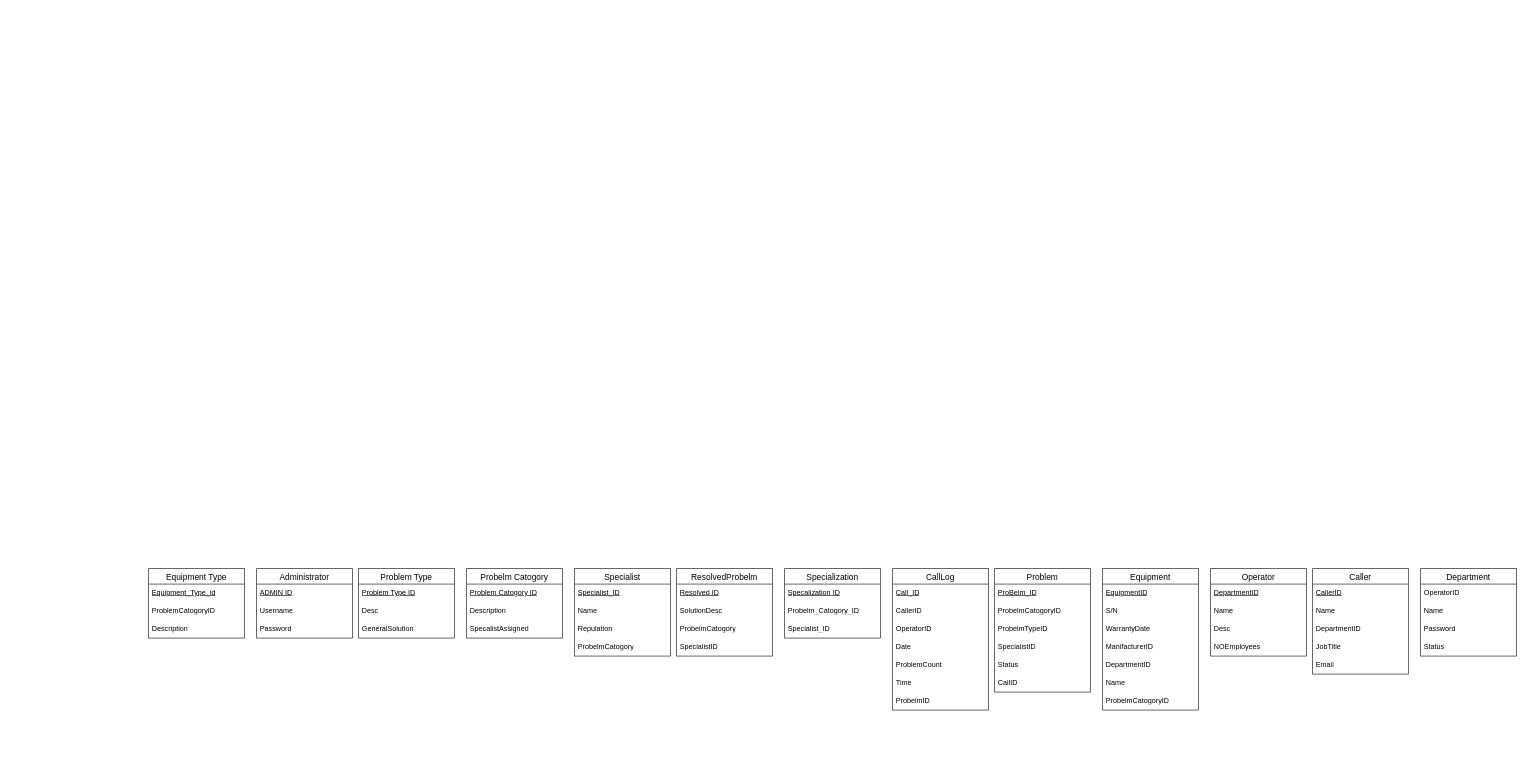
The draw.io diagram Equipamento.drawio in danymota1P/Diagrama, before the edit. Source tidied: cells renumbered, new cells numbered last; positions are measured from the earlier drawing's top-left corner, leaving out a move shared by most shapes. Both pictures are drawn from the tidied source at 60%, with x=0, y=0 at pixel (148, 568).
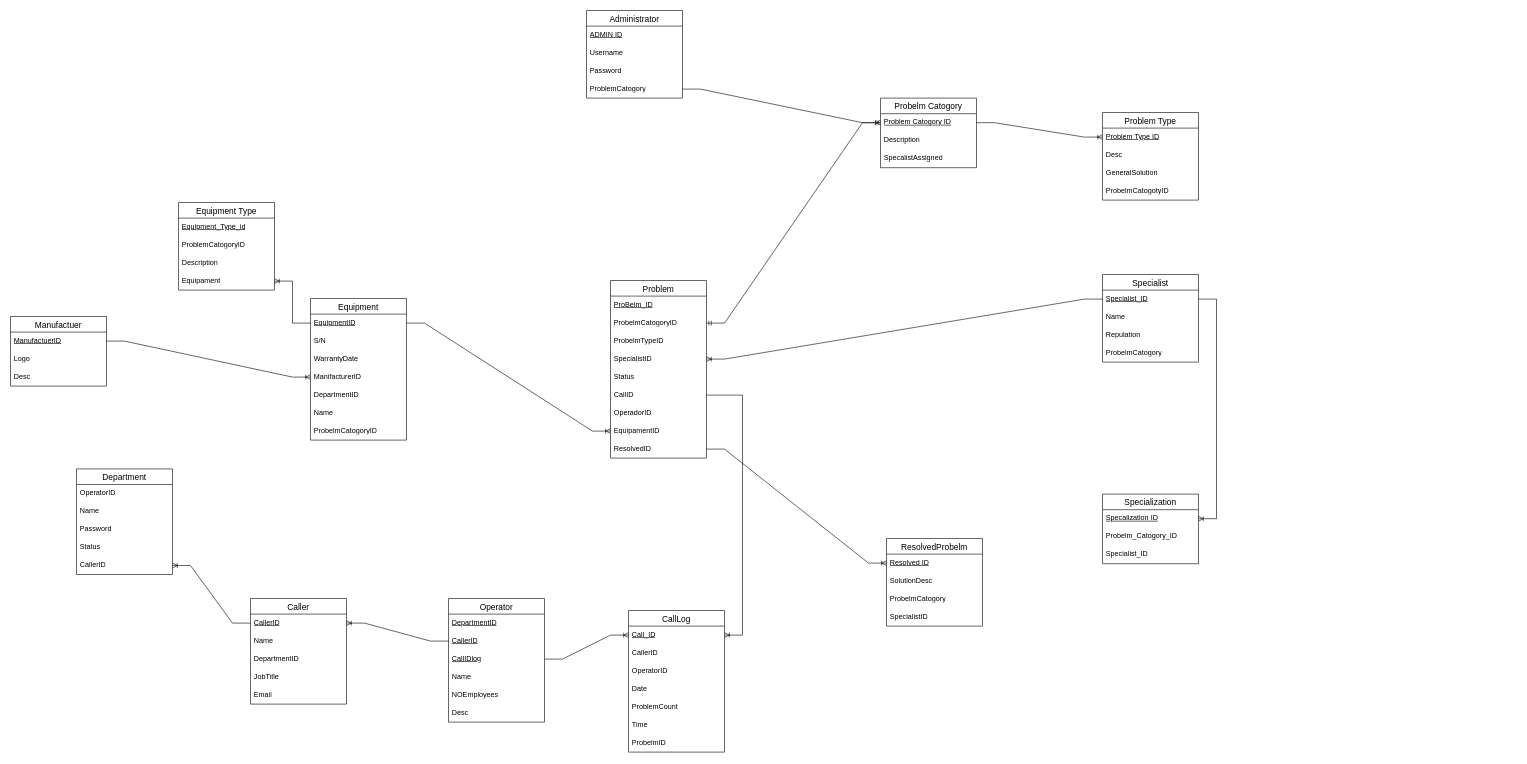
The same diagram, later.

The change refers to these unchanged cells:
```xml
<mxCell id="11" value="&lt;u&gt;Problem Type ID&lt;/u&gt;" style="text;strokeColor=none;fillColor=none;spacingLeft=4;spacingRight=4;overflow=hidden;points=[[0,0.5],[1,0.5]];portConstraint=eastwest;fontSize=12;whiteSpace=wrap;html=1;" parent="10" vertex="1">
  <mxGeometry y="26" width="160" height="30" as="geometry" />
</mxCell>
<mxCell id="15" value="&lt;u&gt;Problem Catogory ID&lt;/u&gt;" style="text;strokeColor=none;fillColor=none;spacingLeft=4;spacingRight=4;overflow=hidden;points=[[0,0.5],[1,0.5]];portConstraint=eastwest;fontSize=12;whiteSpace=wrap;html=1;" parent="14" vertex="1">
  <mxGeometry y="26" width="160" height="30" as="geometry" />
</mxCell>
<mxCell id="19" value="&lt;u&gt;Specialist_ID&lt;/u&gt;" style="text;strokeColor=none;fillColor=none;spacingLeft=4;spacingRight=4;overflow=hidden;points=[[0,0.5],[1,0.5]];portConstraint=eastwest;fontSize=12;whiteSpace=wrap;html=1;" parent="18" vertex="1">
  <mxGeometry y="26" width="160" height="30" as="geometry" />
</mxCell>
<mxCell id="24" value="&lt;u&gt;Resolved ID&lt;/u&gt;" style="text;strokeColor=none;fillColor=none;spacingLeft=4;spacingRight=4;overflow=hidden;points=[[0,0.5],[1,0.5]];portConstraint=eastwest;fontSize=12;whiteSpace=wrap;html=1;" parent="23" vertex="1">
  <mxGeometry y="26" width="160" height="30" as="geometry" />
</mxCell>
<mxCell id="29" value="&lt;u&gt;Specalization ID&lt;/u&gt;" style="text;strokeColor=none;fillColor=none;spacingLeft=4;spacingRight=4;overflow=hidden;points=[[0,0.5],[1,0.5]];portConstraint=eastwest;fontSize=12;whiteSpace=wrap;html=1;" parent="28" vertex="1">
  <mxGeometry y="26" width="160" height="30" as="geometry" />
</mxCell>
<mxCell id="33" value="&lt;u&gt;Call_ID&lt;/u&gt;" style="text;strokeColor=none;fillColor=none;spacingLeft=4;spacingRight=4;overflow=hidden;points=[[0,0.5],[1,0.5]];portConstraint=eastwest;fontSize=12;whiteSpace=wrap;html=1;" parent="32" vertex="1">
  <mxGeometry y="26" width="160" height="30" as="geometry" />
</mxCell>
<mxCell id="42" value="ProbelmCatogoryID" style="text;strokeColor=none;fillColor=none;spacingLeft=4;spacingRight=4;overflow=hidden;points=[[0,0.5],[1,0.5]];portConstraint=eastwest;fontSize=12;whiteSpace=wrap;html=1;" parent="40" vertex="1">
  <mxGeometry y="56" width="160" height="30" as="geometry" />
</mxCell>
<mxCell id="44" value="SpecialistID" style="text;strokeColor=none;fillColor=none;spacingLeft=4;spacingRight=4;overflow=hidden;points=[[0,0.5],[1,0.5]];portConstraint=eastwest;fontSize=12;whiteSpace=wrap;html=1;" parent="40" vertex="1">
  <mxGeometry y="116" width="160" height="30" as="geometry" />
</mxCell>
<mxCell id="46" value="CallID" style="text;strokeColor=none;fillColor=none;spacingLeft=4;spacingRight=4;overflow=hidden;points=[[0,0.5],[1,0.5]];portConstraint=eastwest;fontSize=12;whiteSpace=wrap;html=1;" parent="40" vertex="1">
  <mxGeometry y="176" width="160" height="30" as="geometry" />
</mxCell>
<mxCell id="48" value="&lt;u&gt;EquipmentID&lt;/u&gt;" style="text;strokeColor=none;fillColor=none;spacingLeft=4;spacingRight=4;overflow=hidden;points=[[0,0.5],[1,0.5]];portConstraint=eastwest;fontSize=12;whiteSpace=wrap;html=1;" parent="47" vertex="1">
  <mxGeometry y="26" width="160" height="30" as="geometry" />
</mxCell>
<mxCell id="51" value="ManifacturerID" style="text;strokeColor=none;fillColor=none;spacingLeft=4;spacingRight=4;overflow=hidden;points=[[0,0.5],[1,0.5]];portConstraint=eastwest;fontSize=12;whiteSpace=wrap;html=1;" parent="47" vertex="1">
  <mxGeometry y="116" width="160" height="30" as="geometry" />
</mxCell>
<mxCell id="61" value="&lt;u&gt;CallerID&lt;/u&gt;" style="text;strokeColor=none;fillColor=none;spacingLeft=4;spacingRight=4;overflow=hidden;points=[[0,0.5],[1,0.5]];portConstraint=eastwest;fontSize=12;whiteSpace=wrap;html=1;" parent="60" vertex="1">
  <mxGeometry y="26" width="160" height="30" as="geometry" />
</mxCell>
```

The edit, as a diff of the source:
```diff
@@
     <mxCell id="2" value="Equipment Type" style="swimlane;fontStyle=0;horizontal=1;startSize=26;align=center;fontSize=14;" parent="1" vertex="1">
-      <mxGeometry width="160" height="116" as="geometry" />
+      <mxGeometry x="50" y="-610" width="160" height="146" as="geometry" />
     </mxCell>
@@
+    <mxCell id="71" value="Equipament" style="text;strokeColor=none;fillColor=none;spacingLeft=4;spacingRight=4;overflow=hidden;points=[[0,0.5],[1,0.5]];portConstraint=eastwest;fontSize=12;whiteSpace=wrap;html=1;" parent="2" vertex="1">
+      <mxGeometry y="116" width="160" height="30" as="geometry" />
+    </mxCell>
     <mxCell id="6" value="Administrator" style="swimlane;fontStyle=0;horizontal=1;startSize=26;align=center;fontSize=14;" parent="1" vertex="1">
-      <mxGeometry x="180" width="160" height="116" as="geometry" />
+      <mxGeometry x="730" y="-930" width="160" height="146" as="geometry" />
     </mxCell>
@@
+    <mxCell id="72" value="ProblemCatogory" style="text;strokeColor=none;fillColor=none;spacingLeft=4;spacingRight=4;overflow=hidden;points=[[0,0.5],[1,0.5]];portConstraint=eastwest;fontSize=12;whiteSpace=wrap;html=1;" parent="6" vertex="1">
+      <mxGeometry y="116" width="160" height="30" as="geometry" />
+    </mxCell>
     <mxCell id="10" value="Problem Type" style="swimlane;fontStyle=0;horizontal=1;startSize=26;align=center;fontSize=14;" parent="1" vertex="1">
-      <mxGeometry x="350" width="160" height="116" as="geometry" />
+      <mxGeometry x="1590" y="-760" width="160" height="146" as="geometry" />
     </mxCell>
@@
+    <mxCell id="73" value="ProbelmCatogotyID" style="text;strokeColor=none;fillColor=none;spacingLeft=4;spacingRight=4;overflow=hidden;fontSize=12;whiteSpace=wrap;html=1;" parent="10" vertex="1">
+      <mxGeometry y="116" width="160" height="30" as="geometry" />
+    </mxCell>
     <mxCell id="14" value="Probelm Catogory" style="swimlane;fontStyle=0;horizontal=1;startSize=26;align=center;fontSize=14;" parent="1" vertex="1">
-      <mxGeometry x="530" width="160" height="116" as="geometry" />
+      <mxGeometry x="1220" y="-784" width="160" height="116" as="geometry" />
     </mxCell>
@@
     <mxCell id="18" value="Specialist" style="swimlane;fontStyle=0;horizontal=1;startSize=26;align=center;fontSize=14;" parent="1" vertex="1">
-      <mxGeometry x="710" width="160" height="146" as="geometry" />
+      <mxGeometry x="1590" y="-490" width="160" height="146" as="geometry" />
     </mxCell>
@@
     <mxCell id="23" value="ResolvedProbelm" style="swimlane;fontStyle=0;horizontal=1;startSize=26;align=center;fontSize=14;" parent="1" vertex="1">
-      <mxGeometry x="880" width="160" height="146" as="geometry" />
+      <mxGeometry x="1230" y="-50" width="160" height="146" as="geometry" />
     </mxCell>
@@
     <mxCell id="28" value="Specialization" style="swimlane;fontStyle=0;horizontal=1;startSize=26;align=center;fontSize=14;" parent="1" vertex="1">
-      <mxGeometry x="1060" width="160" height="116" as="geometry" />
+      <mxGeometry x="1590" y="-124" width="160" height="116" as="geometry" />
     </mxCell>
@@
     <mxCell id="32" value="CallLog" style="swimlane;fontStyle=0;horizontal=1;startSize=26;align=center;fontSize=14;" parent="1" vertex="1">
-      <mxGeometry x="1240" width="160" height="236" as="geometry" />
+      <mxGeometry x="800" y="70" width="160" height="236" as="geometry" />
     </mxCell>
@@
     <mxCell id="40" value="Problem" style="swimlane;fontStyle=0;horizontal=1;startSize=26;align=center;fontSize=14;" parent="1" vertex="1">
-      <mxGeometry x="1410" width="160" height="206" as="geometry" />
+      <mxGeometry x="770" y="-480" width="160" height="296" as="geometry" />
     </mxCell>
@@
+    <mxCell id="74" value="OperadorID" style="text;strokeColor=none;fillColor=none;spacingLeft=4;spacingRight=4;overflow=hidden;fontSize=12;whiteSpace=wrap;html=1;" parent="40" vertex="1">
+      <mxGeometry y="206" width="160" height="30" as="geometry" />
+    </mxCell>
+    <mxCell id="75" value="EquipamentID" style="text;strokeColor=none;fillColor=none;spacingLeft=4;spacingRight=4;overflow=hidden;points=[[0,0.5],[1,0.5]];portConstraint=eastwest;fontSize=12;whiteSpace=wrap;html=1;" parent="40" vertex="1">
+      <mxGeometry y="236" width="160" height="30" as="geometry" />
+    </mxCell>
+    <mxCell id="76" value="ResolvedID" style="text;strokeColor=none;fillColor=none;spacingLeft=4;spacingRight=4;overflow=hidden;points=[[0,0.5],[1,0.5]];portConstraint=eastwest;fontSize=12;whiteSpace=wrap;html=1;" parent="40" vertex="1">
+      <mxGeometry y="266" width="160" height="30" as="geometry" />
+    </mxCell>
     <mxCell id="47" value="Equipment" style="swimlane;fontStyle=0;horizontal=1;startSize=26;align=center;fontSize=14;" parent="1" vertex="1">
-      <mxGeometry x="1590" width="160" height="236" as="geometry" />
+      <mxGeometry x="270" y="-450" width="160" height="236" as="geometry" />
     </mxCell>
@@
     <mxCell id="55" value="Operator" style="swimlane;fontStyle=0;horizontal=1;startSize=26;align=center;fontSize=14;" parent="1" vertex="1">
-      <mxGeometry x="1770" width="160" height="146" as="geometry" />
+      <mxGeometry x="500" y="50" width="160" height="206" as="geometry" />
     </mxCell>
@@
-    <mxCell id="57" value="Name" style="text;strokeColor=none;fillColor=none;spacingLeft=4;spacingRight=4;overflow=hidden;points=[[0,0.5],[1,0.5]];portConstraint=eastwest;fontSize=12;whiteSpace=wrap;html=1;" parent="55" vertex="1">
+    <mxCell id="57" value="&lt;u&gt;CallerID&lt;/u&gt;" style="text;strokeColor=none;fillColor=none;spacingLeft=4;spacingRight=4;overflow=hidden;points=[[0,0.5],[1,0.5]];portConstraint=eastwest;fontSize=12;whiteSpace=wrap;html=1;" parent="55" vertex="1">
       <mxGeometry y="56" width="160" height="30" as="geometry" />
     </mxCell>
-    <mxCell id="58" value="Desc" style="text;strokeColor=none;fillColor=none;spacingLeft=4;spacingRight=4;overflow=hidden;points=[[0,0.5],[1,0.5]];portConstraint=eastwest;fontSize=12;whiteSpace=wrap;html=1;" parent="55" vertex="1">
+    <mxCell id="58" value="&lt;u&gt;CallIDlog&lt;/u&gt;" style="text;strokeColor=none;fillColor=none;spacingLeft=4;spacingRight=4;overflow=hidden;points=[[0,0.5],[1,0.5]];portConstraint=eastwest;fontSize=12;whiteSpace=wrap;html=1;" parent="55" vertex="1">
       <mxGeometry y="86" width="160" height="30" as="geometry" />
     </mxCell>
+    <mxCell id="77" value="Name" style="text;strokeColor=none;fillColor=none;spacingLeft=4;spacingRight=4;overflow=hidden;fontSize=12;whiteSpace=wrap;html=1;" parent="55" vertex="1">
+      <mxGeometry y="116" width="160" height="30" as="geometry" />
+    </mxCell>
+    <mxCell id="78" value="NOEmployees" style="text;strokeColor=none;fillColor=none;spacingLeft=4;spacingRight=4;overflow=hidden;fontSize=12;whiteSpace=wrap;html=1;" parent="55" vertex="1">
+      <mxGeometry y="146" width="160" height="30" as="geometry" />
+    </mxCell>
-    <mxCell id="59" value="NOEmployees" style="text;strokeColor=none;fillColor=none;spacingLeft=4;spacingRight=4;overflow=hidden;fontSize=12;whiteSpace=wrap;html=1;" parent="55" vertex="1">
-      <mxGeometry y="116" width="160" height="30" as="geometry" />
+    <mxCell id="59" value="Desc" style="text;strokeColor=none;fillColor=none;spacingLeft=4;spacingRight=4;overflow=hidden;fontSize=12;whiteSpace=wrap;html=1;" parent="55" vertex="1">
+      <mxGeometry y="176" width="160" height="30" as="geometry" />
     </mxCell>
     <mxCell id="60" value="Caller" style="swimlane;fontStyle=0;horizontal=1;startSize=26;align=center;fontSize=14;" parent="1" vertex="1">
-      <mxGeometry x="1940" width="160" height="176" as="geometry" />
+      <mxGeometry x="170" y="50" width="160" height="176" as="geometry" />
     </mxCell>
@@
     <mxCell id="66" value="Department" style="swimlane;fontStyle=0;horizontal=1;startSize=26;align=center;fontSize=14;" parent="1" vertex="1">
-      <mxGeometry x="2120" width="160" height="146" as="geometry" />
+      <mxGeometry x="-120" y="-166" width="160" height="176" as="geometry" />
     </mxCell>
@@
+    <mxCell id="79" value="Status" style="text;strokeColor=none;fillColor=none;spacingLeft=4;spacingRight=4;overflow=hidden;fontSize=12;whiteSpace=wrap;html=1;" parent="66" vertex="1">
+      <mxGeometry y="116" width="160" height="30" as="geometry" />
+    </mxCell>
-    <mxCell id="70" value="Status" style="text;strokeColor=none;fillColor=none;spacingLeft=4;spacingRight=4;overflow=hidden;points=[[0,0.5],[1,0.5]];portConstraint=eastwest;fontSize=12;whiteSpace=wrap;html=1;" parent="66" vertex="1">
-      <mxGeometry y="116" width="160" height="30" as="geometry" />
+    <mxCell id="70" value="CallerID" style="text;strokeColor=none;fillColor=none;spacingLeft=4;spacingRight=4;overflow=hidden;points=[[0,0.5],[1,0.5]];portConstraint=eastwest;fontSize=12;whiteSpace=wrap;html=1;" parent="66" vertex="1">
+      <mxGeometry y="146" width="160" height="30" as="geometry" />
     </mxCell>
+    <mxCell id="80" value="Manufactuer" style="swimlane;fontStyle=0;horizontal=1;startSize=26;align=center;fontSize=14;" parent="1" vertex="1">
+      <mxGeometry x="-230" y="-420" width="160" height="116" as="geometry" />
+    </mxCell>
+    <mxCell id="81" value="&lt;u&gt;ManufactuerID&lt;/u&gt;" style="text;strokeColor=none;fillColor=none;spacingLeft=4;spacingRight=4;overflow=hidden;points=[[0,0.5],[1,0.5]];portConstraint=eastwest;fontSize=12;whiteSpace=wrap;html=1;" parent="80" vertex="1">
+      <mxGeometry y="26" width="160" height="30" as="geometry" />
+    </mxCell>
+    <mxCell id="82" value="Logo" style="text;strokeColor=none;fillColor=none;spacingLeft=4;spacingRight=4;overflow=hidden;fontSize=12;whiteSpace=wrap;html=1;" parent="80" vertex="1">
+      <mxGeometry y="56" width="160" height="30" as="geometry" />
+    </mxCell>
+    <mxCell id="83" value="Desc" style="text;strokeColor=none;fillColor=none;spacingLeft=4;spacingRight=4;overflow=hidden;fontSize=12;whiteSpace=wrap;html=1;" parent="80" vertex="1">
+      <mxGeometry y="86" width="160" height="30" as="geometry" />
+    </mxCell>
+    <mxCell id="84" style="edgeStyle=entityRelationEdgeStyle;fontSize=12;html=1;endArrow=ERoneToMany;rounded=0;" parent="1" edge="1" source="72" target="15">
+      <mxGeometry relative="1" as="geometry" />
+    </mxCell>
+    <mxCell id="85" style="edgeStyle=entityRelationEdgeStyle;fontSize=12;html=1;endArrow=ERoneToMany;rounded=0;" parent="1" edge="1" source="15" target="11">
+      <mxGeometry relative="1" as="geometry" />
+    </mxCell>
+    <mxCell id="86" style="edgeStyle=entityRelationEdgeStyle;fontSize=12;html=1;endArrow=ERmandOne;startArrow=ERmandOne;rounded=0;" parent="1" edge="1" source="42" target="15">
+      <mxGeometry relative="1" as="geometry" />
+    </mxCell>
+    <mxCell id="87" style="edgeStyle=entityRelationEdgeStyle;fontSize=12;html=1;endArrow=ERoneToMany;rounded=0;" parent="1" edge="1" source="19" target="44">
+      <mxGeometry relative="1" as="geometry" />
+    </mxCell>
+    <mxCell id="88" style="edgeStyle=entityRelationEdgeStyle;fontSize=12;html=1;endArrow=ERoneToMany;rounded=0;" parent="1" edge="1" source="19" target="29">
+      <mxGeometry relative="1" as="geometry" />
+    </mxCell>
+    <mxCell id="89" style="edgeStyle=entityRelationEdgeStyle;fontSize=12;html=1;endArrow=ERoneToMany;rounded=0;" parent="1" edge="1" source="76" target="24">
+      <mxGeometry relative="1" as="geometry" />
+    </mxCell>
+    <mxCell id="90" style="edgeStyle=entityRelationEdgeStyle;fontSize=12;html=1;endArrow=ERoneToMany;rounded=0;" parent="1" edge="1" source="46" target="33">
+      <mxGeometry relative="1" as="geometry" />
+    </mxCell>
+    <mxCell id="91" style="edgeStyle=entityRelationEdgeStyle;fontSize=12;html=1;endArrow=ERoneToMany;rounded=0;" parent="1" edge="1" source="58" target="33">
+      <mxGeometry relative="1" as="geometry" />
+    </mxCell>
+    <mxCell id="92" style="edgeStyle=entityRelationEdgeStyle;fontSize=12;html=1;endArrow=ERoneToMany;rounded=0;" parent="1" edge="1" source="57" target="61">
+      <mxGeometry relative="1" as="geometry" />
+    </mxCell>
+    <mxCell id="93" style="edgeStyle=entityRelationEdgeStyle;fontSize=12;html=1;endArrow=ERoneToMany;rounded=0;" parent="1" edge="1" source="61" target="70">
+      <mxGeometry relative="1" as="geometry" />
+    </mxCell>
+    <mxCell id="94" style="edgeStyle=entityRelationEdgeStyle;fontSize=12;html=1;endArrow=ERoneToMany;rounded=0;" parent="1" edge="1" source="48" target="75">
+      <mxGeometry relative="1" as="geometry" />
+    </mxCell>
+    <mxCell id="95" style="edgeStyle=entityRelationEdgeStyle;fontSize=12;html=1;endArrow=ERoneToMany;rounded=0;" parent="1" edge="1" source="48" target="71">
+      <mxGeometry relative="1" as="geometry" />
+    </mxCell>
+    <mxCell id="96" style="edgeStyle=entityRelationEdgeStyle;fontSize=12;html=1;endArrow=ERoneToMany;rounded=0;" parent="1" edge="1" source="81" target="51">
+      <mxGeometry relative="1" as="geometry" />
+    </mxCell>
```
